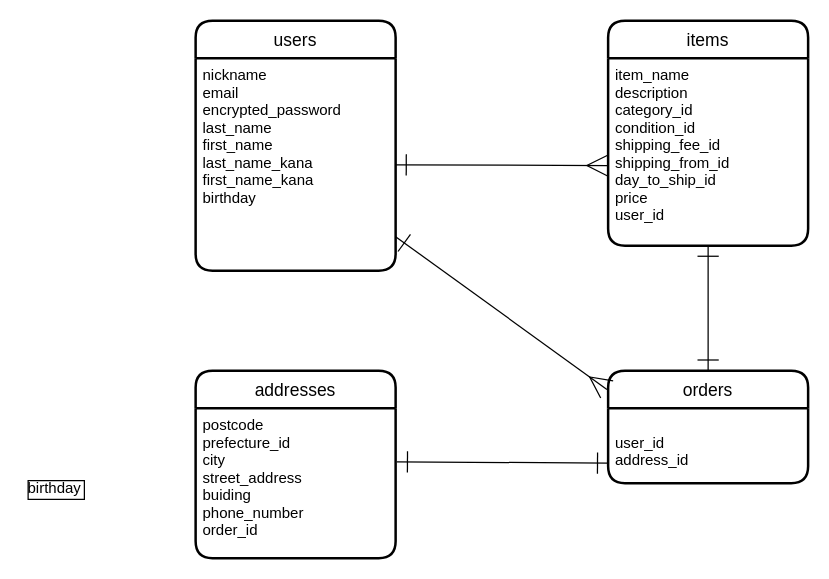
Earlier version of the draw.io diagram ER.dio (mayachacha/furima-39670). Source tidied: cells renumbered, new cells numbered last; positions are measured from the earlier drawing's top-left corner, leaving out a move shared by most shapes. Both pictures are drawn from the tidied source at 125%, with x=0, y=0 at pixel (20, 20).
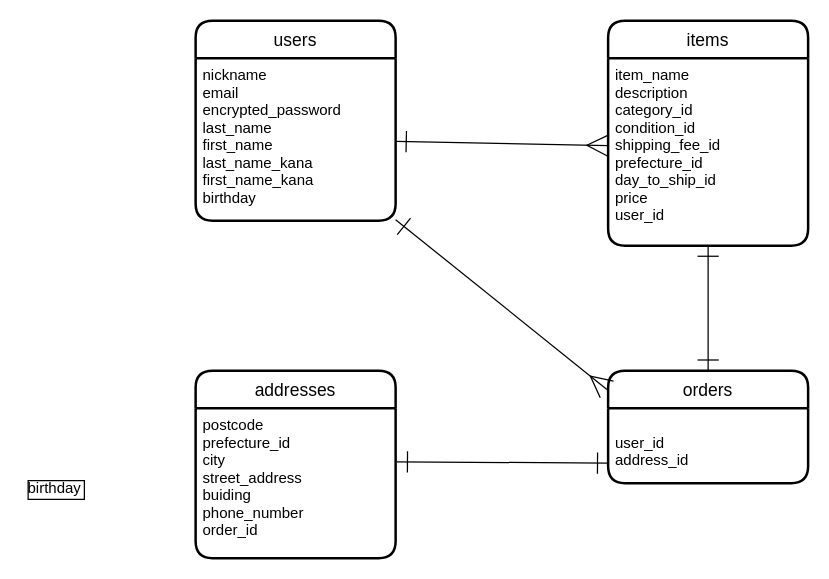
The same page after the edit.

Commit message (it also covers changes not shown here):
データベース設計 6回目

Change to the diagram source:
```diff
@@
 <mxGraphModel>
   <root>
     <mxCell id="0" />
     <mxCell id="1" parent="0" />
     <mxCell id="2" value="birthday" style="text;strokeColor=none;fillColor=none;spacingLeft=4;spacingRight=4;overflow=hidden;fontSize=12;labelBorderColor=default;" parent="1" vertex="1">
       <mxGeometry y="360" width="140" height="30" as="geometry" />
     </mxCell>
     <mxCell id="3" value="users" style="swimlane;horizontal=1;startSize=30;rounded=1;fontSize=14;fontStyle=0;strokeWidth=2;shadow=0;dashed=0;align=center;" parent="1" vertex="1">
-      <mxGeometry x="140" width="160" height="200" as="geometry" />
+      <mxGeometry x="140" width="160" height="160" as="geometry" />
     </mxCell>
     <mxCell id="4" value="nickname&#10;email&#10;encrypted_password&#10;last_name&#10;first_name&#10;last_name_kana&#10;first_name_kana&#10;birthday&#10;" style="align=left;strokeColor=none;fillColor=none;spacingLeft=4;fontSize=12;verticalAlign=top;" parent="3" vertex="1">
-      <mxGeometry y="30" width="160" height="170" as="geometry" />
+      <mxGeometry y="30" width="160" height="130" as="geometry" />
     </mxCell>
     <mxCell id="5" style="edgeStyle=none;html=1;startArrow=ERone;startFill=0;endArrow=ERone;endFill=0;startSize=15;endSize=15;exitX=1.006;exitY=0.358;exitDx=0;exitDy=0;exitPerimeter=0;entryX=0;entryY=0.733;entryDx=0;entryDy=0;entryPerimeter=0;" parent="1" edge="1" source="7" target="9">
       <mxGeometry relative="1" as="geometry" />
     </mxCell>
     <mxCell id="6" value="addresses" style="swimlane;horizontal=1;startSize=30;rounded=1;fontSize=14;fontStyle=0;strokeWidth=2;shadow=0;dashed=0;align=center;" parent="1" vertex="1">
       <mxGeometry x="140" y="280" width="160" height="150" as="geometry" />
     </mxCell>
     <mxCell id="7" value="postcode&#10;prefecture_id&#10;city&#10;street_address&#10;buiding&#10;phone_number&#10;order_id" style="align=left;strokeColor=none;fillColor=none;spacingLeft=4;fontSize=12;verticalAlign=top;" parent="6" vertex="1">
       <mxGeometry y="30" width="160" height="120" as="geometry" />
     </mxCell>
     <mxCell id="8" value="orders" style="swimlane;horizontal=1;startSize=30;rounded=1;fontSize=14;fontStyle=0;strokeWidth=2;shadow=0;dashed=0;align=center;" parent="1" vertex="1">
       <mxGeometry x="470" y="280" width="160" height="90" as="geometry" />
     </mxCell>
     <mxCell id="9" value="&#10;user_id&#10;address_id" style="align=left;strokeColor=none;fillColor=none;spacingLeft=4;fontSize=12;verticalAlign=top;" parent="8" vertex="1">
       <mxGeometry y="30" width="160" height="60" as="geometry" />
     </mxCell>
     <mxCell id="10" value="items" style="swimlane;horizontal=1;startSize=30;rounded=1;fontSize=14;fontStyle=0;strokeWidth=2;shadow=0;dashed=0;align=center;" parent="1" vertex="1">
       <mxGeometry x="470" width="160" height="180" as="geometry" />
     </mxCell>
-    <mxCell id="11" value="item_name&#10;description&#10;category_id&#10;condition_id&#10;shipping_fee_id&#10;shipping_from_id&#10;day_to_ship_id&#10;price&#10;user_id&#10;" style="align=left;strokeColor=none;fillColor=none;spacingLeft=4;fontSize=12;verticalAlign=top;" parent="10" vertex="1">
+    <mxCell id="11" value="item_name&#10;description&#10;category_id&#10;condition_id&#10;shipping_fee_id&#10;prefecture_id&#10;day_to_ship_id&#10;price&#10;user_id&#10;" style="align=left;strokeColor=none;fillColor=none;spacingLeft=4;fontSize=12;verticalAlign=top;" parent="10" vertex="1">
       <mxGeometry y="30" width="160" height="150" as="geometry" />
     </mxCell>
-    <mxCell id="12" style="edgeStyle=none;html=1;endArrow=ERmany;endFill=0;entryX=0;entryY=0.573;entryDx=0;entryDy=0;entryPerimeter=0;endSize=15;startSize=15;startArrow=ERone;startFill=0;" parent="1" edge="1" source="4" target="11">
+    <mxCell id="12" style="edgeStyle=none;html=1;endArrow=ERmany;endFill=0;endSize=15;startSize=15;startArrow=ERone;startFill=0;entryX=0;entryY=0.467;entryDx=0;entryDy=0;entryPerimeter=0;" parent="1" edge="1" source="4" target="11">
       <mxGeometry relative="1" as="geometry" />
     </mxCell>
     <mxCell id="13" style="edgeStyle=none;html=1;entryX=-0.006;entryY=0.167;entryDx=0;entryDy=0;entryPerimeter=0;startArrow=ERone;startFill=0;endArrow=ERmany;endFill=0;startSize=15;endSize=15;" parent="1" edge="1" source="4" target="8">
       <mxGeometry relative="1" as="geometry" />
     </mxCell>
     <mxCell id="14" style="edgeStyle=none;html=1;startArrow=ERone;startFill=0;endArrow=ERone;endFill=0;startSize=15;endSize=15;" parent="1" edge="1" source="11">
       <mxGeometry relative="1" as="geometry">
         <mxPoint x="550" y="280" as="targetPoint" />
       </mxGeometry>
     </mxCell>
   </root>
 </mxGraphModel>
```
